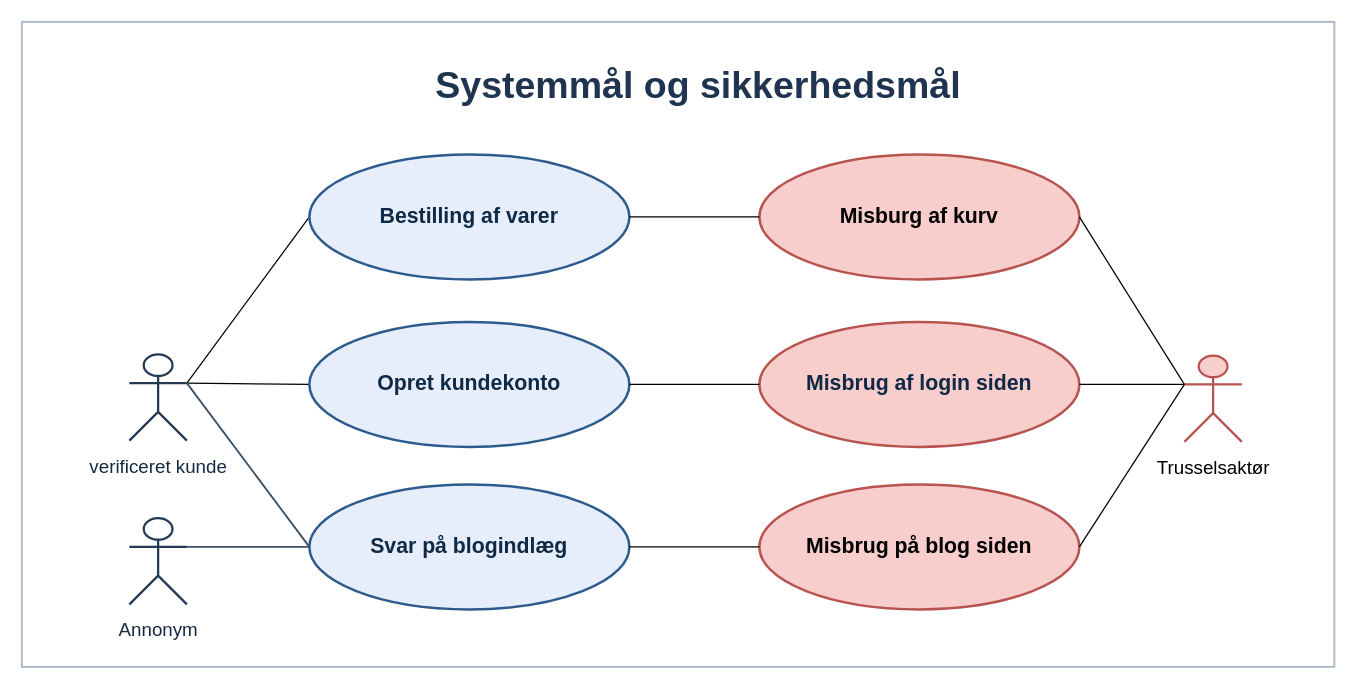
MagnusMadsen/Software_sikkerhed_eksamen keeps this draw.io diagram as dokumenter/Drawio/Systemmål og sikkerhedsmål .drawio. Above is the earlier version. Source tidied: cells renumbered, new cells numbered last; positions are measured from the earlier drawing's top-left corner, leaving out a move shared by most shapes. Both pictures are drawn from the tidied source at 125%, with x=0, y=0 at pixel (21, 21).
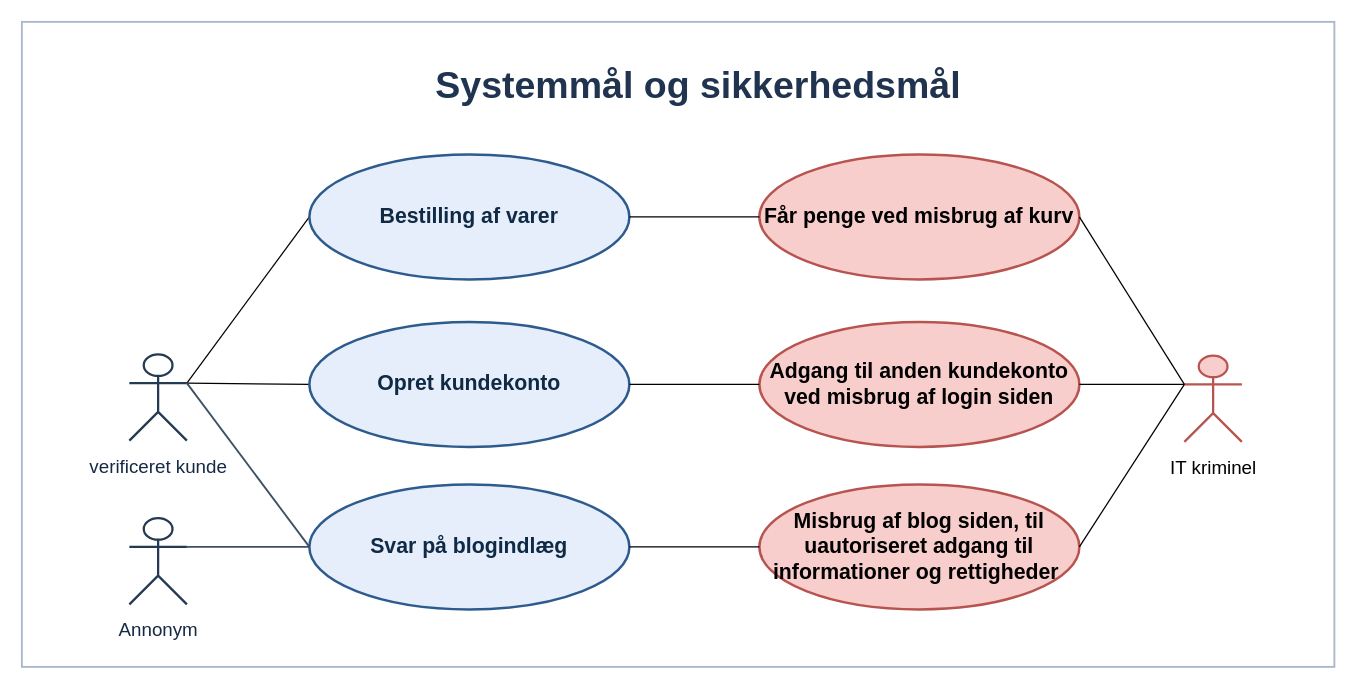
Above is the later version.

Change to the diagram source:
```diff
@@
-    <mxCell id="13" value="Misbrug på blog siden" style="ellipse;whiteSpace=wrap;html=1;fillColor=#f8cecc;strokeColor=#b85450;strokeWidth=2;fontStyle=1;fontSize=17;" parent="1" vertex="1">
+    <mxCell id="13" value="Misbrug af blog siden, til uautoriseret adgang til informationer og rettigheder&amp;nbsp;" style="ellipse;whiteSpace=wrap;html=1;fillColor=#f8cecc;strokeColor=#b85450;strokeWidth=2;fontStyle=1;fontSize=17;" parent="1" vertex="1">
       <mxGeometry x="590" y="370" width="256" height="100" as="geometry" />
     </mxCell>
-    <mxCell id="14" value="Misburg af kurv" style="ellipse;whiteSpace=wrap;html=1;fillColor=#f8cecc;strokeColor=#b85450;strokeWidth=2;fontStyle=1;fontSize=17;" parent="1" vertex="1">
+    <mxCell id="14" value="Får penge ved misbrug af kurv" style="ellipse;whiteSpace=wrap;html=1;fillColor=#f8cecc;strokeColor=#b85450;strokeWidth=2;fontStyle=1;fontSize=17;" parent="1" vertex="1">
       <mxGeometry x="590" y="106" width="256" height="100" as="geometry" />
     </mxCell>
-    <mxCell id="15" value="&lt;font color=&quot;#102a45&quot;&gt;Misbrug af login siden&lt;/font&gt;" style="ellipse;whiteSpace=wrap;html=1;fillColor=#f8cecc;strokeColor=#b85450;strokeWidth=2;fontStyle=1;fontSize=17;" parent="1" vertex="1">
+    <mxCell id="15" value="Adgang til anden kundekonto ved misbrug af login siden" style="ellipse;whiteSpace=wrap;html=1;fillColor=#f8cecc;strokeColor=#b85450;strokeWidth=2;fontStyle=1;fontSize=17;" parent="1" vertex="1">
       <mxGeometry x="590" y="240" width="256" height="100" as="geometry" />
     </mxCell>
@@
-    <mxCell id="19" value="Trusselsaktør" style="shape=umlActor;html=1;verticalLabelPosition=bottom;verticalAlign=top;spacingTop=5;strokeColor=#b85450;strokeWidth=1.8;fontSize=15;fillColor=#f8cecc;" parent="1" vertex="1">
+    <mxCell id="19" value="IT kriminel" style="shape=umlActor;html=1;verticalLabelPosition=bottom;verticalAlign=top;spacingTop=5;strokeColor=#b85450;strokeWidth=1.8;fontSize=15;fillColor=#f8cecc;" parent="1" vertex="1">
       <mxGeometry x="930" y="267" width="46" height="69" as="geometry" />
     </mxCell>
```
